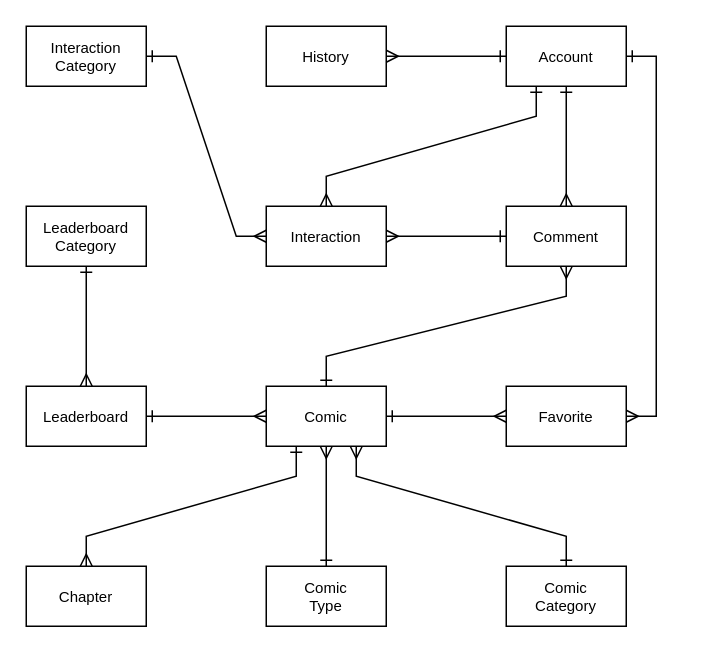
Above: page "Concept" (1 of 2) of OnComics.Database/OnComics-ERD-Diagram.drawio in hiepquoc0607/OnComics (draw.io), before the change. Source tidied: cells renumbered, new cells numbered last; positions are measured from the earlier drawing's top-left corner, leaving out a move shared by most shapes. Both pictures are drawn from the tidied source at 150%, with x=0, y=0 at pixel (26, 26).
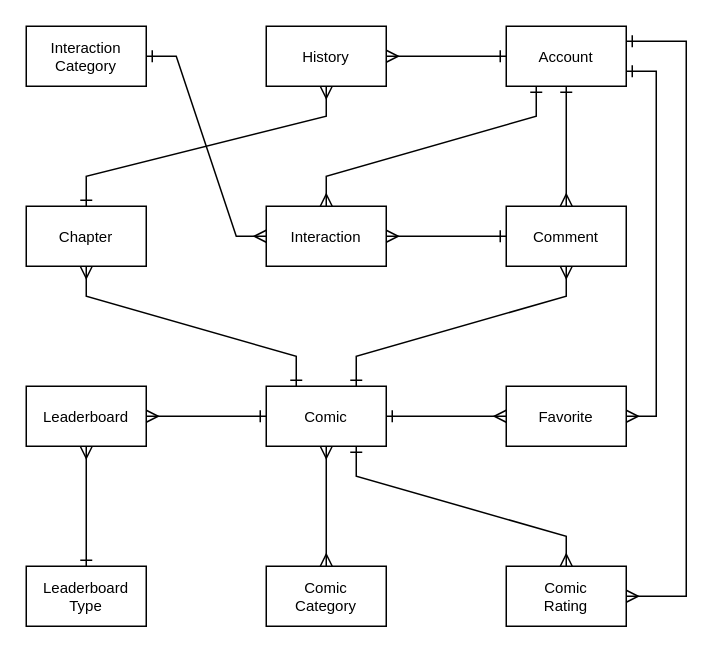
Above is the later version.

Commit message:
Update Database Design

Update Concept Model
Complete Logical Model Design

Unchanged cells that the change refers to:
```xml
<mxCell id="2" value="Account" style="rounded=0;whiteSpace=wrap;html=1;fontSize=10;" parent="1" vertex="1">
  <mxGeometry x="320" width="80" height="40" as="geometry" />
</mxCell>
<mxCell id="3" value="Comic" style="rounded=0;whiteSpace=wrap;html=1;fontSize=10;" parent="1" vertex="1">
  <mxGeometry x="160" y="240" width="80" height="40" as="geometry" />
</mxCell>
<mxCell id="4" value="Favorite" style="rounded=0;whiteSpace=wrap;html=1;fontSize=10;" parent="1" vertex="1">
  <mxGeometry x="320" y="240" width="80" height="40" as="geometry" />
</mxCell>
<mxCell id="6" value="Interaction" style="rounded=0;whiteSpace=wrap;html=1;fontSize=10;" parent="1" vertex="1">
  <mxGeometry x="160" y="120" width="80" height="40" as="geometry" />
</mxCell>
<mxCell id="7" value="Comment" style="rounded=0;whiteSpace=wrap;html=1;fontSize=10;" parent="1" vertex="1">
  <mxGeometry x="320" y="120" width="80" height="40" as="geometry" />
</mxCell>
<mxCell id="10" value="Leaderboard" style="rounded=0;whiteSpace=wrap;html=1;fontSize=10;" parent="1" vertex="1">
  <mxGeometry y="240" width="80" height="40" as="geometry" />
</mxCell>
<mxCell id="11" value="History" style="rounded=0;whiteSpace=wrap;html=1;fontSize=10;" parent="1" vertex="1">
  <mxGeometry x="160" width="80" height="40" as="geometry" />
</mxCell>
```

Diff of the diagram source:
```diff
@@
-    <mxCell id="5" value="Leaderboard&lt;br&gt;&lt;div&gt;Category&lt;/div&gt;" style="rounded=0;whiteSpace=wrap;html=1;fontSize=10;" parent="1" vertex="1">
-      <mxGeometry y="120" width="80" height="40" as="geometry" />
+    <mxCell id="5" value="Leaderboard&lt;br&gt;&lt;div&gt;Type&lt;/div&gt;" style="rounded=0;whiteSpace=wrap;html=1;fontSize=10;" parent="1" vertex="1">
+      <mxGeometry y="360" width="80" height="40" as="geometry" />
     </mxCell>
@@
     <mxCell id="8" value="Comic&lt;div&gt;Category&lt;/div&gt;" style="rounded=0;whiteSpace=wrap;html=1;fontSize=10;" parent="1" vertex="1">
-      <mxGeometry x="320" y="360" width="80" height="40" as="geometry" />
+      <mxGeometry x="160" y="360" width="80" height="40" as="geometry" />
     </mxCell>
@@
     <mxCell id="12" value="Chapter" style="rounded=0;whiteSpace=wrap;html=1;fontSize=10;" parent="1" vertex="1">
-      <mxGeometry y="360" width="80" height="40" as="geometry" />
+      <mxGeometry y="120" width="80" height="40" as="geometry" />
     </mxCell>
-    <mxCell id="13" value="Comic&lt;br&gt;Type" style="rounded=0;whiteSpace=wrap;html=1;fontSize=10;" parent="1" vertex="1">
-      <mxGeometry x="160" y="360" width="80" height="40" as="geometry" />
-    </mxCell>
-    <mxCell id="14" style="endArrow=ERmany;html=1;rounded=0;startArrow=ERone;startFill=0;endFill=0;entryX=0.75;entryY=1;entryDx=0;entryDy=0;exitX=0.5;exitY=0;exitDx=0;exitDy=0;" parent="1" edge="1" source="8" target="3">
-      <mxGeometry relative="1" as="geometry">
-        <Array as="points">
-          <mxPoint x="360" y="340" />
-          <mxPoint x="220" y="300" />
-        </Array>
-      </mxGeometry>
+    <mxCell id="14" style="endArrow=ERmany;html=1;rounded=0;startArrow=ERmany;startFill=0;endFill=0;exitX=0.5;exitY=1;exitDx=0;exitDy=0;entryX=0.5;entryY=0;entryDx=0;entryDy=0;" parent="1" edge="1" source="3" target="8">
+      <mxGeometry relative="1" as="geometry" />
     </mxCell>
-    <mxCell id="15" style="endArrow=ERmany;html=1;rounded=0;startArrow=ERone;startFill=0;endFill=0;entryX=0.5;entryY=1;entryDx=0;entryDy=0;exitX=0.5;exitY=0;exitDx=0;exitDy=0;" parent="1" edge="1" source="13" target="3">
-      <mxGeometry relative="1" as="geometry" />
-    </mxCell>
-    <mxCell id="16" style="endArrow=ERmany;html=1;rounded=0;startArrow=ERone;startFill=0;endFill=0;entryX=0.5;entryY=0;entryDx=0;entryDy=0;exitX=0.25;exitY=1;exitDx=0;exitDy=0;" parent="1" edge="1" source="3" target="12">
-      <mxGeometry relative="1" as="geometry">
-        <Array as="points">
-          <mxPoint x="180" y="300" />
-          <mxPoint x="40" y="340" />
-        </Array>
-      </mxGeometry>
-    </mxCell>
@@
-    <mxCell id="18" style="endArrow=ERmany;html=1;rounded=0;startArrow=ERone;startFill=0;endFill=0;exitX=1;exitY=0.5;exitDx=0;exitDy=0;entryX=1;entryY=0.5;entryDx=0;entryDy=0;edgeStyle=orthogonalEdgeStyle;" parent="1" edge="1" source="2" target="4">
+    <mxCell id="18" style="endArrow=ERmany;html=1;rounded=0;startArrow=ERone;startFill=0;endFill=0;exitX=1;exitY=0.75;exitDx=0;exitDy=0;entryX=1;entryY=0.5;entryDx=0;entryDy=0;edgeStyle=orthogonalEdgeStyle;" parent="1" edge="1" source="2" target="4">
       <mxGeometry relative="1" as="geometry">
         <Array as="points">
-          <mxPoint x="420" y="20" />
+          <mxPoint x="420" y="30" />
           <mxPoint x="420" y="260" />
         </Array>
       </mxGeometry>
     </mxCell>
@@
-    <mxCell id="20" style="endArrow=ERmany;html=1;rounded=0;startArrow=ERone;startFill=0;endFill=0;entryX=0.5;entryY=1;entryDx=0;entryDy=0;exitX=0.5;exitY=0;exitDx=0;exitDy=0;" parent="1" edge="1" source="3" target="7">
+    <mxCell id="20" style="endArrow=ERmany;html=1;rounded=0;startArrow=ERone;startFill=0;endFill=0;entryX=0.5;entryY=1;entryDx=0;entryDy=0;exitX=0.75;exitY=0;exitDx=0;exitDy=0;" parent="1" edge="1" source="3" target="7">
       <mxGeometry relative="1" as="geometry">
         <Array as="points">
-          <mxPoint x="200" y="220" />
+          <mxPoint x="220" y="220" />
           <mxPoint x="360" y="180" />
         </Array>
       </mxGeometry>
     </mxCell>
-    <mxCell id="21" style="endArrow=ERmany;html=1;rounded=0;startArrow=ERone;startFill=0;endFill=0;entryX=0;entryY=0.5;entryDx=0;entryDy=0;exitX=1;exitY=0.5;exitDx=0;exitDy=0;" parent="1" edge="1" source="10" target="3">
+    <mxCell id="21" style="endArrow=ERmany;html=1;rounded=0;startArrow=ERone;startFill=0;endFill=0;entryX=1;entryY=0.5;entryDx=0;entryDy=0;exitX=0;exitY=0.5;exitDx=0;exitDy=0;" parent="1" edge="1" source="3" target="10">
       <mxGeometry relative="1" as="geometry" />
     </mxCell>
-    <mxCell id="22" style="endArrow=ERmany;html=1;rounded=0;startArrow=ERone;startFill=0;endFill=0;entryX=0.5;entryY=0;entryDx=0;entryDy=0;exitX=0.5;exitY=1;exitDx=0;exitDy=0;" parent="1" edge="1" source="5" target="10">
+    <mxCell id="22" style="endArrow=ERmany;html=1;rounded=0;startArrow=ERone;startFill=0;endFill=0;entryX=0.5;entryY=1;entryDx=0;entryDy=0;exitX=0.5;exitY=0;exitDx=0;exitDy=0;" parent="1" edge="1" source="5" target="10">
       <mxGeometry relative="1" as="geometry" />
     </mxCell>
@@
-    <mxCell id="26" style="endArrow=ERmany;html=1;rounded=0;startArrow=ERone;startFill=0;endFill=0;exitX=0.25;exitY=1;exitDx=0;exitDy=0;entryX=0.5;entryY=0;entryDx=0;entryDy=0;" parent="1" edge="1" source="2" target="6">
+    <mxCell id="26" style="endArrow=ERmany;html=1;rounded=0;startArrow=ERone;startFill=0;endFill=0;exitX=0.5;exitY=0;exitDx=0;exitDy=0;entryX=0.5;entryY=1;entryDx=0;entryDy=0;" parent="1" edge="1" source="12" target="11">
       <mxGeometry relative="1" as="geometry">
         <Array as="points">
-          <mxPoint x="340" y="60" />
-          <mxPoint x="200" y="100" />
+          <mxPoint x="40" y="100" />
+          <mxPoint x="200" y="60" />
         </Array>
       </mxGeometry>
     </mxCell>
+    <mxCell id="16" style="endArrow=ERmany;html=1;rounded=0;startArrow=ERone;startFill=0;endFill=0;entryX=0.5;entryY=1;entryDx=0;entryDy=0;exitX=0.25;exitY=0;exitDx=0;exitDy=0;" parent="1" edge="1" source="3" target="12">
+      <mxGeometry relative="1" as="geometry">
+        <Array as="points">
+          <mxPoint x="180" y="220" />
+          <mxPoint x="40" y="180" />
+        </Array>
+      </mxGeometry>
+    </mxCell>
+    <mxCell id="27" style="endArrow=ERmany;html=1;rounded=0;startArrow=ERone;startFill=0;endFill=0;exitX=0.25;exitY=1;exitDx=0;exitDy=0;entryX=0.5;entryY=0;entryDx=0;entryDy=0;" parent="1" edge="1" source="2" target="6">
+      <mxGeometry relative="1" as="geometry">
+        <Array as="points">
+          <mxPoint x="340" y="60" />
+          <mxPoint x="200" y="100" />
+        </Array>
+      </mxGeometry>
+    </mxCell>
+    <mxCell id="28" value="Comic&lt;div&gt;Rating&lt;/div&gt;" style="rounded=0;whiteSpace=wrap;html=1;fontSize=10;" parent="1" vertex="1">
+      <mxGeometry x="320" y="360" width="80" height="40" as="geometry" />
+    </mxCell>
+    <mxCell id="29" style="endArrow=ERmany;html=1;rounded=0;startArrow=ERone;startFill=0;endFill=0;entryX=0.5;entryY=0;entryDx=0;entryDy=0;exitX=0.75;exitY=1;exitDx=0;exitDy=0;" parent="1" edge="1" source="3" target="28">
+      <mxGeometry relative="1" as="geometry">
+        <Array as="points">
+          <mxPoint x="220" y="300" />
+          <mxPoint x="360" y="340" />
+        </Array>
+      </mxGeometry>
+    </mxCell>
+    <mxCell id="30" style="endArrow=ERmany;html=1;rounded=0;startArrow=ERone;startFill=0;endFill=0;exitX=1;exitY=0.25;exitDx=0;exitDy=0;entryX=1;entryY=0.5;entryDx=0;entryDy=0;edgeStyle=orthogonalEdgeStyle;" parent="1" edge="1" source="2" target="28">
+      <mxGeometry relative="1" as="geometry">
+        <Array as="points">
+          <mxPoint x="440" y="10" />
+          <mxPoint x="440" y="380" />
+        </Array>
+      </mxGeometry>
+    </mxCell>
```
